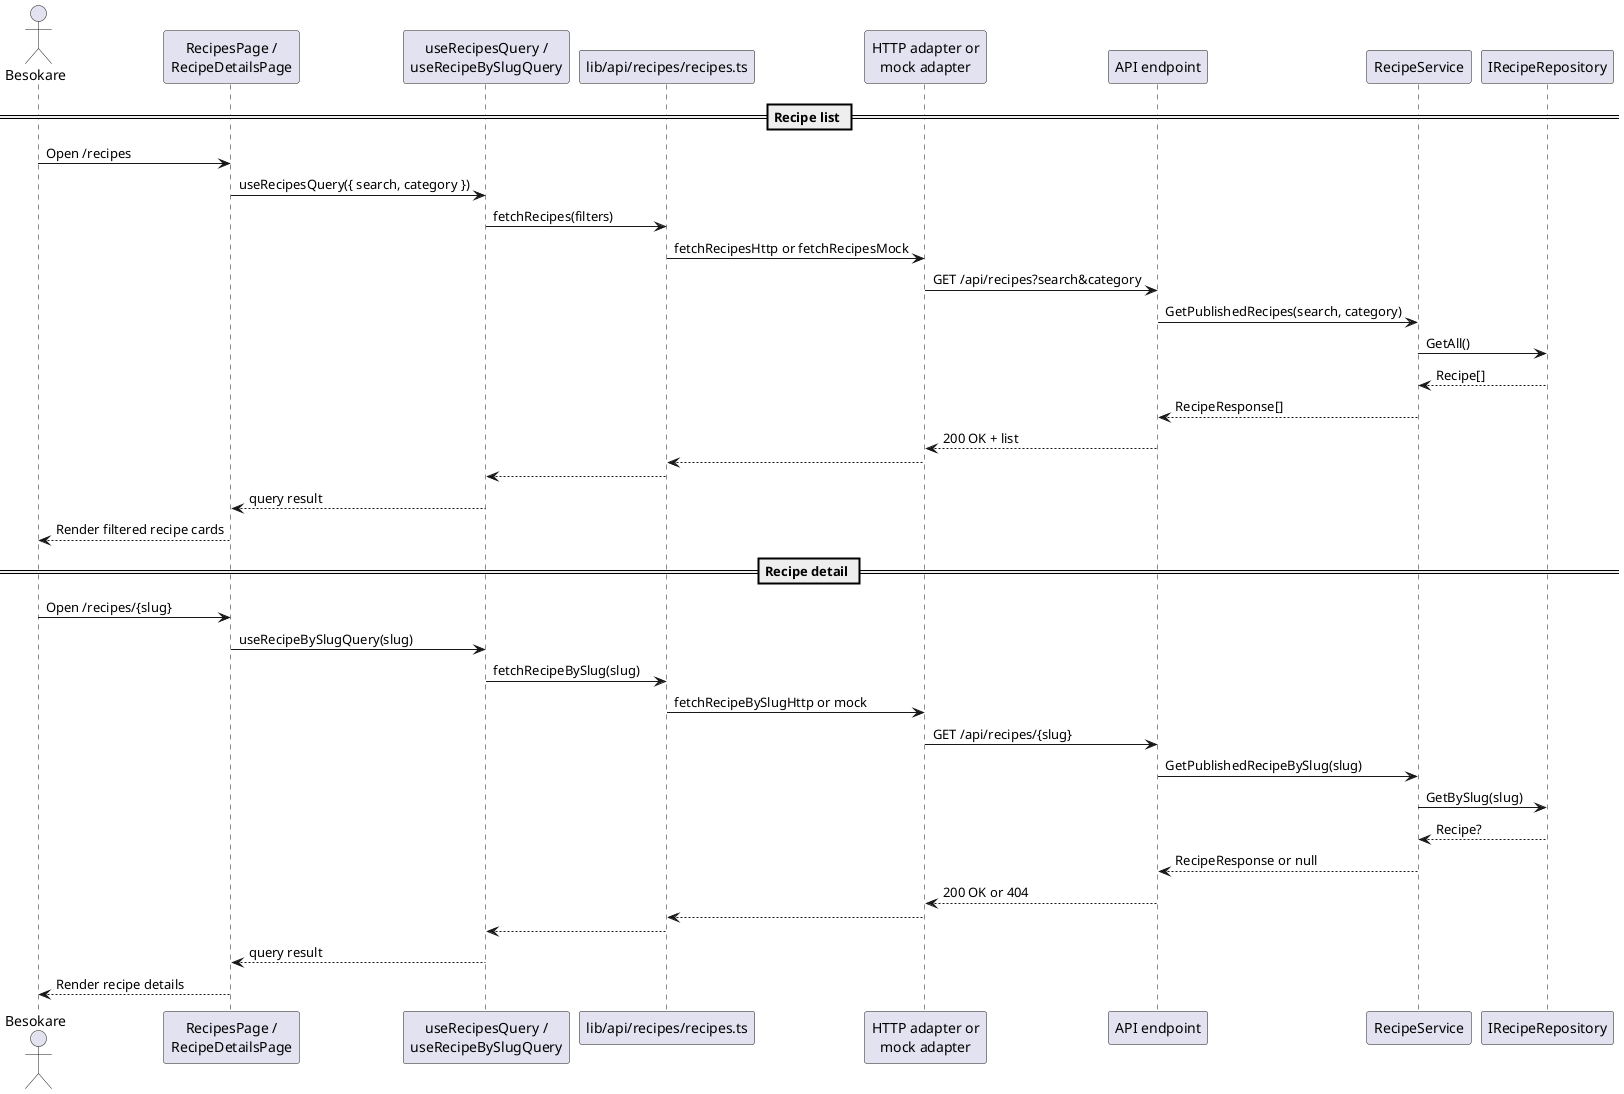
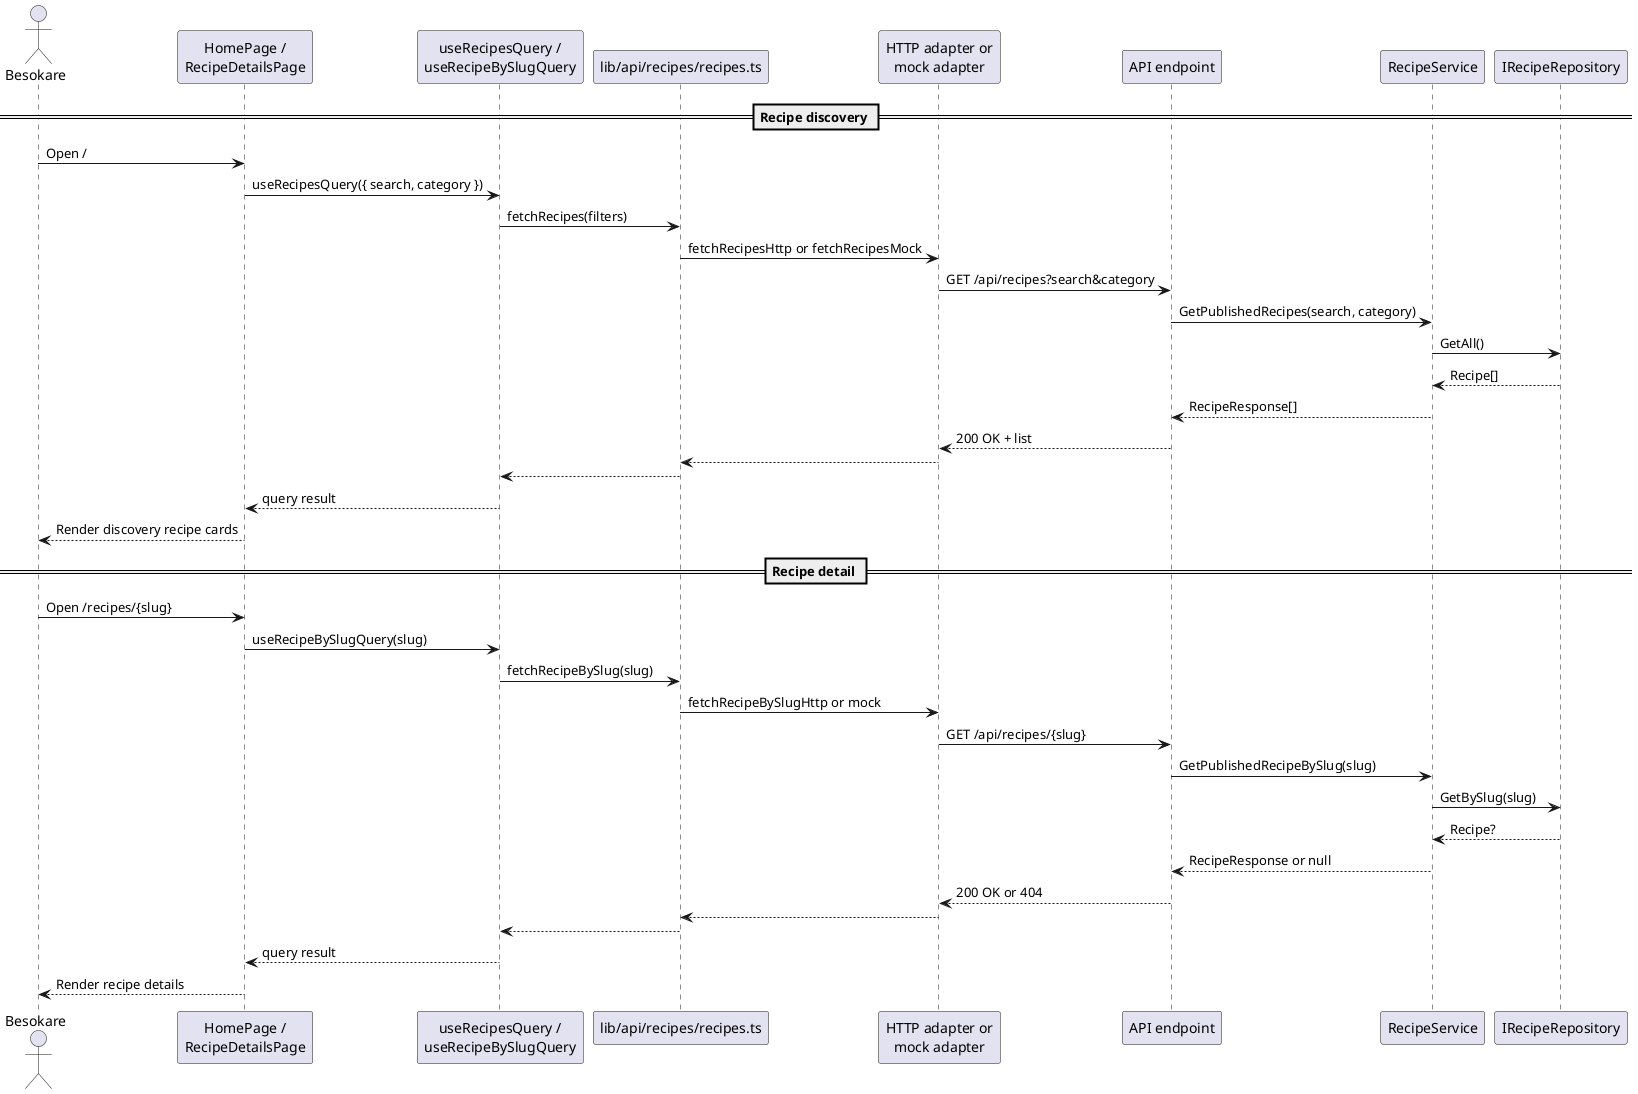
@startuml Public recipe browse and detail flow

actor "Besokare" as Visitor
- participant "RecipesPage /\nRecipeDetailsPage" as Page
+ participant "HomePage /\nRecipeDetailsPage" as Page
participant "useRecipesQuery /\nuseRecipeBySlugQuery" as Hook
participant "lib/api/recipes/recipes.ts" as ApiFacade
participant "HTTP adapter or\nmock adapter" as Adapter
participant "API endpoint" as Endpoint
participant "RecipeService" as Service
participant "IRecipeRepository" as Repo

- == Recipe list ==
- Visitor -> Page : Open /recipes
+ == Recipe discovery ==
+ Visitor -> Page : Open /
Page -> Hook : useRecipesQuery({ search, category })
Hook -> ApiFacade : fetchRecipes(filters)
ApiFacade -> Adapter : fetchRecipesHttp or fetchRecipesMock
Adapter -> Endpoint : GET /api/recipes?search&category
Endpoint -> Service : GetPublishedRecipes(search, category)
Service -> Repo : GetAll()
Repo --> Service : Recipe[]
Service --> Endpoint : RecipeResponse[]
Endpoint --> Adapter : 200 OK + list
Adapter --> ApiFacade
ApiFacade --> Hook
Hook --> Page : query result
- Page --> Visitor : Render filtered recipe cards
+ Page --> Visitor : Render discovery recipe cards

== Recipe detail ==
Visitor -> Page : Open /recipes/{slug}
Page -> Hook : useRecipeBySlugQuery(slug)
Hook -> ApiFacade : fetchRecipeBySlug(slug)
ApiFacade -> Adapter : fetchRecipeBySlugHttp or mock
Adapter -> Endpoint : GET /api/recipes/{slug}
Endpoint -> Service : GetPublishedRecipeBySlug(slug)
Service -> Repo : GetBySlug(slug)
Repo --> Service : Recipe?
Service --> Endpoint : RecipeResponse or null
Endpoint --> Adapter : 200 OK or 404
Adapter --> ApiFacade
ApiFacade --> Hook
Hook --> Page : query result
Page --> Visitor : Render recipe details

@enduml
